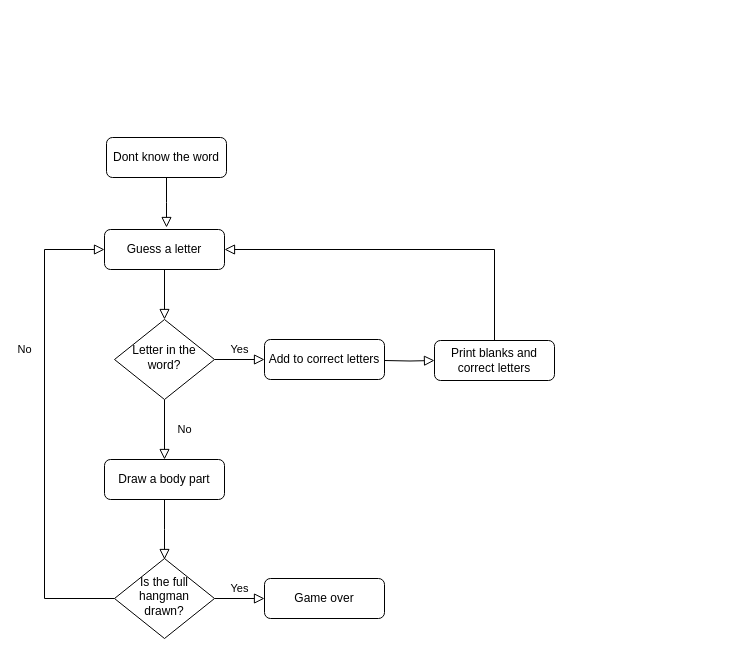
Earlier version of the draw.io diagram hangman.drawio (clintio/100-Python-Challenges). Source tidied: cells renumbered, new cells numbered last; positions are measured from the earlier drawing's top-left corner, leaving out a move shared by most shapes. Both pictures are drawn from the tidied source at 100%, with x=0, y=0 at pixel (44, 137).
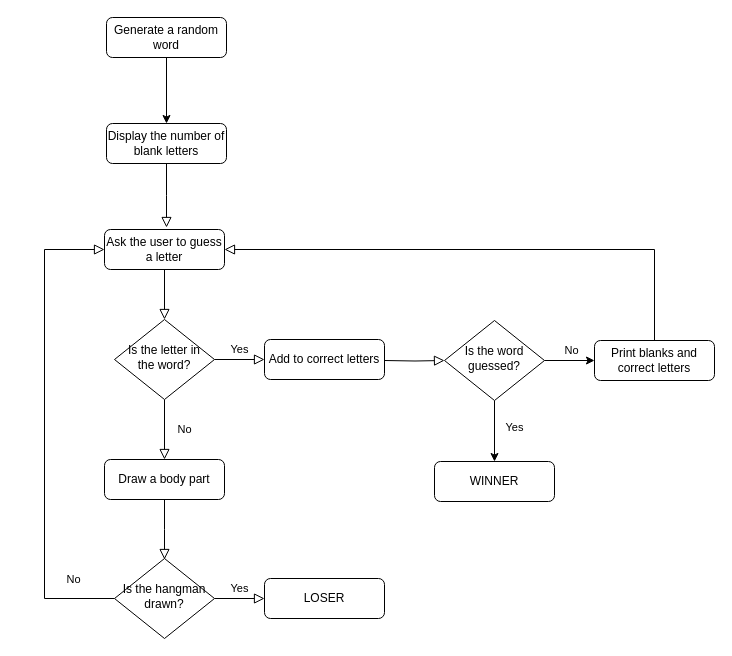
The same page after the edit.

Diff of the diagram source:
```diff
@@
-    <mxCell id="3" value="Guess a letter" style="rounded=1;whiteSpace=wrap;html=1;fontSize=12;glass=0;strokeWidth=1;shadow=0;" parent="1" vertex="1">
+    <mxCell id="3" value="Ask the user to guess a letter" style="rounded=1;whiteSpace=wrap;html=1;fontSize=12;glass=0;strokeWidth=1;shadow=0;" parent="1" vertex="1">
       <mxGeometry x="60" y="92" width="120" height="40" as="geometry" />
     </mxCell>
@@
-    <mxCell id="6" value="Letter in the word?" style="rhombus;whiteSpace=wrap;html=1;shadow=0;fontFamily=Helvetica;fontSize=12;align=center;strokeWidth=1;spacing=6;spacingTop=-4;" parent="1" vertex="1">
+    <mxCell id="6" value="Is the letter in the word?" style="rhombus;whiteSpace=wrap;html=1;shadow=0;fontFamily=Helvetica;fontSize=12;align=center;strokeWidth=1;spacing=6;spacingTop=-4;" parent="1" vertex="1">
       <mxGeometry x="70" y="182" width="100" height="80" as="geometry" />
     </mxCell>
@@
     <mxCell id="8" value="No" style="rounded=0;html=1;jettySize=auto;fontSize=11;endArrow=block;endFill=0;endSize=8;strokeWidth=1;shadow=0;labelBackgroundColor=none;edgeStyle=orthogonalEdgeStyle;exitX=0;exitY=0.5;exitDx=0;exitDy=0;entryX=0;entryY=0.5;entryDx=0;entryDy=0;" parent="1" edge="1" source="10" target="3">
-      <mxGeometry x="0.33" y="20" relative="1" as="geometry">
+      <mxGeometry x="-0.83" y="-19" relative="1" as="geometry">
         <Array as="points">
           <mxPoint y="461" />
           <mxPoint y="112" />
         </Array>
       </mxGeometry>
     </mxCell>
@@
-    <mxCell id="10" value="Is the full hangman drawn?" style="rhombus;whiteSpace=wrap;html=1;shadow=0;fontFamily=Helvetica;fontSize=12;align=center;strokeWidth=1;spacing=6;spacingTop=-4;" parent="1" vertex="1">
+    <mxCell id="10" value="Is the hangman drawn?" style="rhombus;whiteSpace=wrap;html=1;shadow=0;fontFamily=Helvetica;fontSize=12;align=center;strokeWidth=1;spacing=6;spacingTop=-4;" parent="1" vertex="1">
       <mxGeometry x="70" y="421" width="100" height="80" as="geometry" />
     </mxCell>
-    <mxCell id="11" value="Game over" style="rounded=1;whiteSpace=wrap;html=1;fontSize=12;glass=0;strokeWidth=1;shadow=0;" parent="1" vertex="1">
+    <mxCell id="11" value="LOSER" style="rounded=1;whiteSpace=wrap;html=1;fontSize=12;glass=0;strokeWidth=1;shadow=0;" parent="1" vertex="1">
       <mxGeometry x="220" y="441" width="120" height="40" as="geometry" />
     </mxCell>
@@
+    <mxCell id="19" style="edgeStyle=orthogonalEdgeStyle;rounded=0;jettySize=auto;html=1;" parent="1" edge="1" source="20" target="13">
+      <mxGeometry relative="1" as="geometry" />
+    </mxCell>
-    <mxCell id="13" value="Dont know the word" style="rounded=1;whiteSpace=wrap;html=1;fontSize=12;glass=0;strokeWidth=1;shadow=0;" parent="1" vertex="1">
-      <mxGeometry x="62" width="120" height="40" as="geometry" />
+    <mxCell id="13" value="Display the number of blank letters" style="rounded=1;whiteSpace=wrap;html=1;fontSize=12;glass=0;strokeWidth=1;shadow=0;" parent="1" vertex="1">
+      <mxGeometry x="62" y="-14" width="120" height="40" as="geometry" />
     </mxCell>
-    <mxCell id="14" style="edgeStyle=orthogonalEdgeStyle;rounded=0;html=1;jettySize=auto;fontSize=11;endArrow=block;endFill=0;endSize=8;strokeWidth=1;shadow=0;labelBackgroundColor=none;" parent="1" edge="1" target="15">
+    <mxCell id="14" style="edgeStyle=orthogonalEdgeStyle;rounded=0;html=1;jettySize=auto;fontSize=11;endArrow=block;endFill=0;endSize=8;strokeWidth=1;shadow=0;labelBackgroundColor=none;entryX=0;entryY=0.5;entryDx=0;entryDy=0;" parent="1" edge="1" target="25">
       <mxGeometry y="10" relative="1" as="geometry">
         <mxPoint x="340" y="223" as="sourcePoint" />
       </mxGeometry>
     </mxCell>
     <mxCell id="15" value="Print blanks and correct letters" style="rounded=1;whiteSpace=wrap;html=1;fontSize=12;glass=0;strokeWidth=1;shadow=0;" parent="1" vertex="1">
-      <mxGeometry x="390" y="203" width="120" height="40" as="geometry" />
+      <mxGeometry x="550" y="203" width="120" height="40" as="geometry" />
     </mxCell>
     <mxCell id="16" style="rounded=0;html=1;jettySize=auto;fontSize=11;endArrow=block;endFill=0;endSize=8;strokeWidth=1;shadow=0;labelBackgroundColor=none;edgeStyle=orthogonalEdgeStyle;exitX=0.5;exitY=0;exitDx=0;exitDy=0;entryX=1;entryY=0.5;entryDx=0;entryDy=0;" parent="1" edge="1" source="15" target="3">
       <mxGeometry relative="1" as="geometry">
         <Array as="points">
-          <mxPoint x="450" y="112" />
+          <mxPoint x="610" y="112" />
         </Array>
       </mxGeometry>
     </mxCell>
@@
+    <mxCell id="20" value="Generate a random word" style="rounded=1;whiteSpace=wrap;html=1;fontSize=12;glass=0;strokeWidth=1;shadow=0;" parent="1" vertex="1">
+      <mxGeometry x="62" y="-120" width="120" height="40" as="geometry" />
+    </mxCell>
+    <mxCell id="21" style="edgeStyle=orthogonalEdgeStyle;rounded=0;jettySize=auto;html=1;" parent="1" edge="1" source="25" target="15">
+      <mxGeometry relative="1" as="geometry" />
+    </mxCell>
+    <mxCell id="22" value="No" style="edgeLabel;html=1;align=center;verticalAlign=middle;" parent="21" vertex="1">
+      <mxGeometry x="0.02" y="-2" relative="1" as="geometry">
+        <mxPoint y="-13" as="offset" />
+      </mxGeometry>
+    </mxCell>
+    <mxCell id="23" style="edgeStyle=orthogonalEdgeStyle;rounded=0;jettySize=auto;html=1;entryX=0.5;entryY=0;entryDx=0;entryDy=0;" parent="1" edge="1" source="25" target="26">
+      <mxGeometry relative="1" as="geometry" />
+    </mxCell>
+    <mxCell id="24" value="Yes" style="edgeLabel;html=1;align=center;verticalAlign=middle;" parent="23" vertex="1">
+      <mxGeometry x="-0.15" y="-4" relative="1" as="geometry">
+        <mxPoint x="23" as="offset" />
+      </mxGeometry>
+    </mxCell>
+    <mxCell id="25" value="Is the word guessed?" style="rhombus;whiteSpace=wrap;html=1;shadow=0;fontFamily=Helvetica;fontSize=12;align=center;strokeWidth=1;spacing=6;spacingTop=-4;" parent="1" vertex="1">
+      <mxGeometry x="400" y="183" width="100" height="80" as="geometry" />
+    </mxCell>
+    <mxCell id="26" value="WINNER" style="rounded=1;whiteSpace=wrap;html=1;fontSize=12;glass=0;strokeWidth=1;shadow=0;" parent="1" vertex="1">
+      <mxGeometry x="390" y="324" width="120" height="40" as="geometry" />
+    </mxCell>
```
